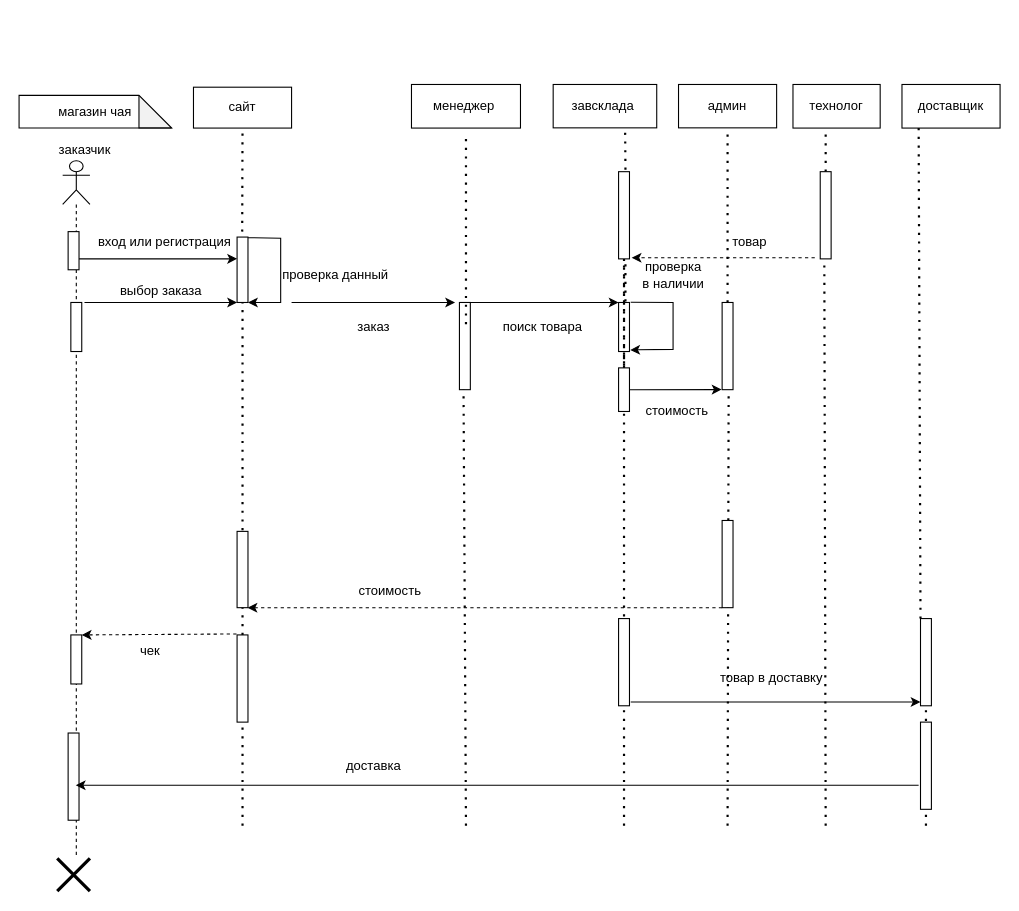
Above: page "Диагармма прецендентов магазин чая" (3 of 5) of Диаграмма без названия.drawio in Ev0or/dontTouch (draw.io), before the change. Source tidied: cells renumbered, new cells numbered last; positions are measured from the earlier drawing's top-left corner, leaving out a move shared by most shapes. Both pictures are drawn from the tidied source at 109%, with x=0, y=0 at pixel (19, 84).
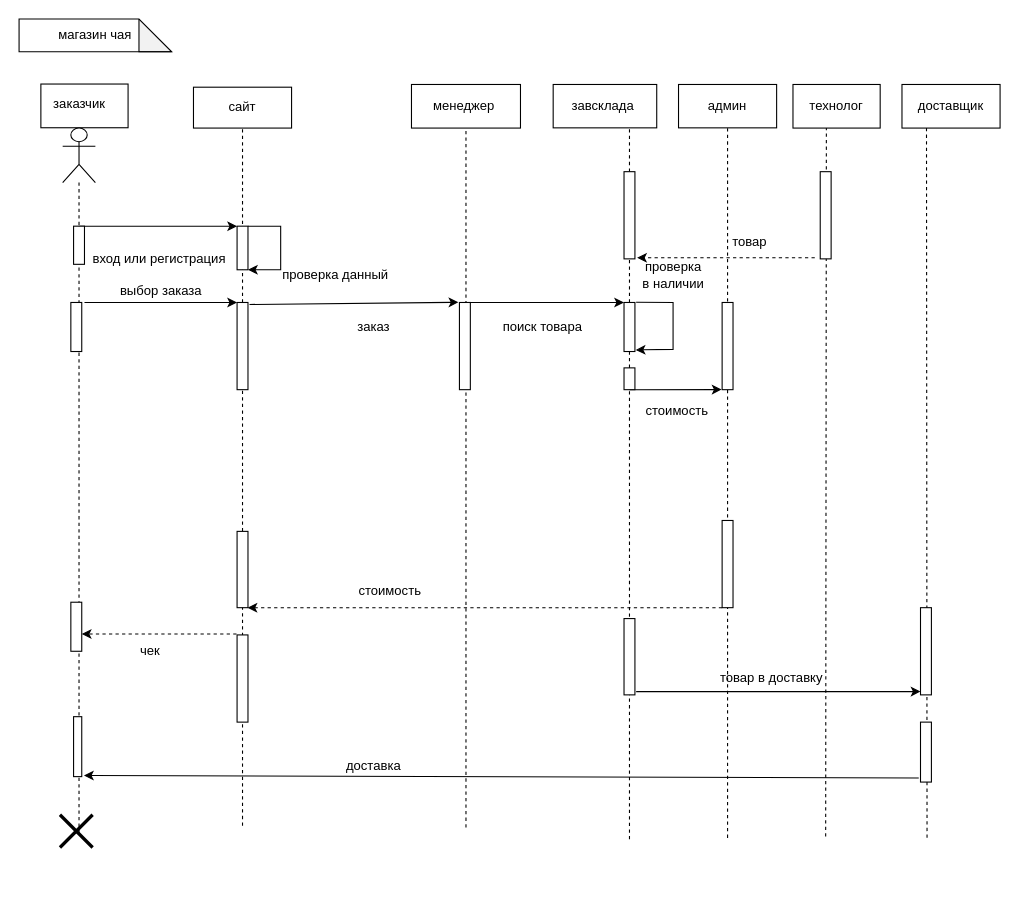
The same page after the edit.

Unchanged cells that the change refers to:
```xml
<mxCell id="11" style="html=1;points=[];perimeter=orthogonalPerimeter;" parent="1" vertex="1">
  <mxGeometry x="404" y="200" width="10" height="80" as="geometry" />
</mxCell>
<mxCell id="24" style="html=1;points=[];perimeter=orthogonalPerimeter;" parent="1" vertex="1">
  <mxGeometry x="645" y="200" width="10" height="80" as="geometry" />
</mxCell>
<mxCell id="53" value="сайт" style="rounded=0;whiteSpace=wrap;html=1;" parent="1" vertex="1">
  <mxGeometry x="160" y="2.5" width="90" height="37.5" as="geometry" />
</mxCell>
<mxCell id="58" value="админ" style="rounded=0;whiteSpace=wrap;html=1;" parent="1" vertex="1">
  <mxGeometry x="605" width="90" height="39.8" as="geometry" />
</mxCell>
<mxCell id="59" value="&lt;span style=&quot;&quot;&gt;технолог&lt;/span&gt;" style="rounded=0;whiteSpace=wrap;html=1;" parent="1" vertex="1">
  <mxGeometry x="710" width="80" height="40" as="geometry" />
</mxCell>
<mxCell id="60" value="доставщик" style="rounded=0;whiteSpace=wrap;html=1;" parent="1" vertex="1">
  <mxGeometry x="810" width="90" height="40" as="geometry" />
</mxCell>
<mxCell id="61" style="html=1;points=[];perimeter=orthogonalPerimeter;" parent="1" vertex="1">
  <mxGeometry x="735" y="80" width="10" height="80" as="geometry" />
</mxCell>
```

Change to the diagram source:
```diff
@@
+    <mxCell id="69" style="rounded=0;whiteSpace=wrap;html=1;" parent="1" vertex="1">
+      <mxGeometry x="20" y="-0.4" width="80" height="40.1" as="geometry" />
+    </mxCell>
+    <mxCell id="70" style="endArrow=none;dashed=1;html=1;rounded=0;entryX=0.25;entryY=1;entryDx=0;entryDy=0;" parent="1" edge="1" target="60">
+      <mxGeometry relative="1" as="geometry">
+        <mxPoint x="833" y="691" as="sourcePoint" />
+      </mxGeometry>
+    </mxCell>
+    <mxCell id="71" style="endArrow=none;dashed=1;html=1;rounded=0;entryX=0.383;entryY=0.975;entryDx=0;entryDy=0;entryPerimeter=0;" parent="1" edge="1" target="59">
+      <mxGeometry relative="1" as="geometry">
+        <mxPoint x="740" y="690" as="sourcePoint" />
+      </mxGeometry>
+    </mxCell>
+    <mxCell id="72" style="endArrow=none;dashed=1;html=1;rounded=0;entryX=0.5;entryY=1;entryDx=0;entryDy=0;" parent="1" edge="1" target="58">
+      <mxGeometry relative="1" as="geometry">
+        <mxPoint x="650" y="691.2" as="sourcePoint" />
+      </mxGeometry>
+    </mxCell>
+    <mxCell id="73" style="endArrow=none;dashed=1;html=1;rounded=0;startArrow=none;" parent="1" edge="1" target="63">
+      <mxGeometry relative="1" as="geometry">
+        <mxPoint x="560" y="692.4" as="sourcePoint" />
+      </mxGeometry>
+    </mxCell>
+    <mxCell id="74" style="endArrow=none;dashed=1;html=1;rounded=0;" parent="1" edge="1">
+      <mxGeometry relative="1" as="geometry">
+        <mxPoint x="410" y="681.6" as="sourcePoint" />
+        <mxPoint x="410" y="40" as="targetPoint" />
+      </mxGeometry>
+    </mxCell>
+    <mxCell id="75" style="endArrow=none;dashed=1;html=1;rounded=0;entryX=0.5;entryY=1;entryDx=0;entryDy=0;" parent="1" edge="1" target="53">
+      <mxGeometry relative="1" as="geometry">
+        <mxPoint x="205" y="680" as="sourcePoint" />
+      </mxGeometry>
+    </mxCell>
     <mxCell id="2" value="заказчик" style="text;html=1;align=center;verticalAlign=middle;strokeColor=none;fillColor=none;" parent="1" vertex="1">
-      <mxGeometry x="25" y="45" width="70" height="30" as="geometry" />
+      <mxGeometry x="20" y="2.5" width="70" height="30" as="geometry" />
     </mxCell>
-    <mxCell id="3" style="endArrow=classic;html=1;rounded=0;entryX=0;entryY=0.333;entryDx=0;entryDy=0;entryPerimeter=0;" parent="1" edge="1" source="20" target="4">
+    <mxCell id="3" style="endArrow=classic;html=1;rounded=0;entryX=0;entryY=0;entryDx=0;entryDy=0;" parent="1" edge="1" source="19" target="4">
       <mxGeometry relative="1" as="geometry" />
     </mxCell>
     <mxCell id="4" style="whiteSpace=wrap;html=1;" parent="1" vertex="1">
-      <mxGeometry x="200" y="140" width="10" height="60" as="geometry" />
+      <mxGeometry x="200" y="130" width="10" height="40" as="geometry" />
     </mxCell>
-    <mxCell id="5" style="endArrow=none;dashed=1;html=1;dashPattern=1 3;strokeWidth=2;rounded=0;startArrow=none;" parent="1" edge="1" source="65" target="4">
-      <mxGeometry relative="1" as="geometry" />
-    </mxCell>
     <mxCell id="6" value="вход или регистрация&amp;nbsp;" style="text;html=1;align=center;verticalAlign=middle;points=[];strokeColor=none;fillColor=none;" parent="1" vertex="1">
-      <mxGeometry x="60" y="130" width="150" height="30" as="geometry" />
+      <mxGeometry x="55" y="145" width="150" height="30" as="geometry" />
     </mxCell>
-    <mxCell id="7" style="endArrow=classic;html=1;rounded=0;entryX=1;entryY=1;entryDx=0;entryDy=0;exitX=1;exitY=0.352;exitDx=0;exitDy=0;exitPerimeter=0;" parent="1" edge="1" source="6" target="4">
+    <mxCell id="7" style="endArrow=classic;html=1;rounded=0;entryX=1;entryY=1;entryDx=0;entryDy=0;" parent="1" edge="1" target="4">
       <mxGeometry relative="1" as="geometry">
+        <mxPoint x="210" y="130" as="sourcePoint" />
         <Array as="points">
-          <mxPoint x="240" y="141" />
-          <mxPoint x="240" y="200" />
+          <mxPoint x="240" y="130" />
+          <mxPoint x="240" y="170" />
         </Array>
       </mxGeometry>
     </mxCell>
@@
-    <mxCell id="9" style="endArrow=classic;html=1;rounded=0;" parent="1" edge="1">
-      <mxGeometry relative="1" as="geometry">
-        <mxPoint x="250" y="200" as="sourcePoint" />
-        <mxPoint x="400" y="200" as="targetPoint" />
-      </mxGeometry>
+    <mxCell id="9" style="endArrow=classic;html=1;rounded=0;exitX=1.14;exitY=0.023;exitDx=0;exitDy=0;exitPerimeter=0;entryX=-0.1;entryY=-0.002;entryDx=0;entryDy=0;entryPerimeter=0;" parent="1" edge="1" source="76" target="11">
+      <mxGeometry relative="1" as="geometry" />
     </mxCell>
     <mxCell id="10" value="магазин чая" style="shape=note;whiteSpace=wrap;html=1;backgroundOutline=1;darkOpacity=0.05;" parent="1" vertex="1">
-      <mxGeometry y="10" width="140" height="30" as="geometry" />
+      <mxGeometry y="-60" width="140" height="30" as="geometry" />
     </mxCell>
@@
-    <mxCell id="12" style="endArrow=none;dashed=1;html=1;dashPattern=1 3;strokeWidth=2;rounded=0;" parent="1" edge="1">
-      <mxGeometry relative="1" as="geometry">
-        <mxPoint x="410" y="220" as="sourcePoint" />
-        <mxPoint x="410" y="50" as="targetPoint" />
-      </mxGeometry>
-    </mxCell>
-    <mxCell id="13" style="endArrow=classic;html=1;rounded=0;entryX=0;entryY=1;entryDx=0;entryDy=0;" parent="1" edge="1" target="4">
+    <mxCell id="13" style="endArrow=classic;html=1;rounded=0;" parent="1" edge="1">
       <mxGeometry relative="1" as="geometry">
         <mxPoint x="60" y="200" as="sourcePoint" />
+        <mxPoint x="200" y="200" as="targetPoint" />
       </mxGeometry>
     </mxCell>
@@
-    <mxCell id="16" style="endArrow=none;dashed=1;html=1;dashPattern=1 3;strokeWidth=2;rounded=0;entryX=0.376;entryY=0.998;entryDx=0;entryDy=0;entryPerimeter=0;" parent="1" edge="1" target="11">
-      <mxGeometry relative="1" as="geometry">
-        <mxPoint x="410" y="680" as="sourcePoint" />
-      </mxGeometry>
-    </mxCell>
@@
-    <mxCell id="19" style="shape=umlLifeline;participant=umlActor;perimeter=lifelinePerimeter;whiteSpace=wrap;html=1;verticalAlign=top;spacingTop=36;outlineConnect=0;" parent="1" vertex="1">
-      <mxGeometry x="40" y="70" width="25" height="640" as="geometry" />
+    <mxCell id="19" style="shape=umlLifeline;participant=umlActor;perimeter=lifelinePerimeter;whiteSpace=wrap;html=1;verticalAlign=top;spacingTop=36;outlineConnect=0;size=50;" parent="1" vertex="1">
+      <mxGeometry x="40" y="40" width="30" height="650" as="geometry" />
     </mxCell>
     <mxCell id="20" style="html=1;points=[];perimeter=orthogonalPerimeter;" parent="19" vertex="1">
-      <mxGeometry x="5" y="65" width="10" height="35" as="geometry" />
+      <mxGeometry x="10" y="90" width="10" height="35" as="geometry" />
     </mxCell>
     <mxCell id="21" style="html=1;perimeter=orthogonalPerimeter;" parent="19" vertex="1">
-      <mxGeometry x="7.5" y="130" width="10" height="45" as="geometry" />
+      <mxGeometry x="7.5" y="160" width="10" height="45" as="geometry" />
     </mxCell>
@@
     <mxCell id="23" style="html=1;points=[];perimeter=orthogonalPerimeter;" parent="19" vertex="1">
-      <mxGeometry x="5" y="525" width="10" height="80" as="geometry" />
+      <mxGeometry x="10" y="540" width="7.5" height="55" as="geometry" />
     </mxCell>
+    <mxCell id="52" style="shape=umlDestroy;whiteSpace=wrap;html=1;strokeWidth=3;" parent="19" vertex="1">
+      <mxGeometry x="-2.5" y="630" width="30" height="30" as="geometry" />
+    </mxCell>
@@
-    <mxCell id="27" style="endArrow=none;dashed=1;html=1;dashPattern=1 3;strokeWidth=2;rounded=0;entryX=0.598;entryY=1.028;entryDx=0;entryDy=0;entryPerimeter=0;" parent="1" edge="1" target="24">
-      <mxGeometry relative="1" as="geometry">
-        <mxPoint x="650" y="680" as="sourcePoint" />
-      </mxGeometry>
-    </mxCell>
@@
-    <mxCell id="32" style="endArrow=none;dashed=1;html=1;dashPattern=1 3;strokeWidth=2;rounded=0;startArrow=none;exitX=0.631;exitY=-0.022;exitDx=0;exitDy=0;exitPerimeter=0;" parent="1" edge="1" source="67">
-      <mxGeometry relative="1" as="geometry">
-        <mxPoint x="556" y="40" as="targetPoint" />
-      </mxGeometry>
-    </mxCell>
-    <mxCell id="33" style="endArrow=none;dashed=1;html=1;dashPattern=1 3;strokeWidth=2;rounded=0;entryX=0.375;entryY=1.006;entryDx=0;entryDy=0;entryPerimeter=0;startArrow=none;" parent="1" edge="1" source="61" target="59">
-      <mxGeometry relative="1" as="geometry" />
-    </mxCell>
-    <mxCell id="34" style="endArrow=none;dashed=1;html=1;dashPattern=1 3;strokeWidth=2;rounded=0;startArrow=none;entryX=0.17;entryY=0.99;entryDx=0;entryDy=0;entryPerimeter=0;" parent="1" edge="1" source="45" target="60">
-      <mxGeometry relative="1" as="geometry" />
-    </mxCell>
@@
-    <mxCell id="39" style="html=1;points=[];perimeter=orthogonalPerimeter;" parent="1" vertex="1">
-      <mxGeometry x="550" y="200" width="10" height="45" as="geometry" />
-    </mxCell>
-    <mxCell id="40" style="endArrow=none;dashed=1;html=1;dashPattern=1 3;strokeWidth=2;rounded=0;startArrow=none;" parent="1" edge="1" source="63" target="39">
-      <mxGeometry relative="1" as="geometry" />
-    </mxCell>
-    <mxCell id="41" style="endArrow=none;dashed=1;html=1;dashPattern=1 3;strokeWidth=2;rounded=0;" parent="1" edge="1" target="67">
-      <mxGeometry relative="1" as="geometry">
-        <mxPoint x="555" y="680" as="sourcePoint" />
-      </mxGeometry>
-    </mxCell>
@@
     <mxCell id="44" style="html=1;points=[];perimeter=orthogonalPerimeter;" parent="1" vertex="1">
-      <mxGeometry x="550" y="490" width="10" height="80" as="geometry" />
+      <mxGeometry x="555" y="490" width="10" height="70" as="geometry" />
     </mxCell>
     <mxCell id="45" style="html=1;points=[];perimeter=orthogonalPerimeter;" parent="1" vertex="1">
-      <mxGeometry x="827" y="490" width="10" height="80" as="geometry" />
+      <mxGeometry x="827" y="480" width="10" height="80" as="geometry" />
     </mxCell>
-    <mxCell id="46" style="endArrow=none;dashed=1;html=1;dashPattern=1 3;strokeWidth=2;rounded=0;startArrow=none;" parent="1" edge="1" target="45">
-      <mxGeometry relative="1" as="geometry">
-        <mxPoint x="832" y="680" as="sourcePoint" />
-      </mxGeometry>
-    </mxCell>
@@
     <mxCell id="49" style="html=1;points=[];perimeter=orthogonalPerimeter;" parent="1" vertex="1">
-      <mxGeometry x="827" y="585" width="10" height="80" as="geometry" />
+      <mxGeometry x="827" y="585" width="10" height="55" as="geometry" />
     </mxCell>
-    <mxCell id="50" style="endArrow=classic;html=1;rounded=0;exitX=-0.172;exitY=0.724;exitDx=0;exitDy=0;exitPerimeter=0;" parent="1" edge="1" source="49" target="19">
+    <mxCell id="50" style="endArrow=classic;html=1;rounded=0;entryX=1.27;entryY=0.982;entryDx=0;entryDy=0;entryPerimeter=0;exitX=-0.16;exitY=0.931;exitDx=0;exitDy=0;exitPerimeter=0;" parent="1" edge="1" source="49" target="23">
       <mxGeometry relative="1" as="geometry" />
     </mxCell>
@@
-    <mxCell id="52" style="shape=umlDestroy;whiteSpace=wrap;html=1;strokeWidth=3;" parent="1" vertex="1">
-      <mxGeometry x="35" y="710" width="30" height="30" as="geometry" />
-    </mxCell>
@@
-    <mxCell id="54" style="endArrow=none;dashed=1;html=1;dashPattern=1 3;strokeWidth=2;rounded=0;entryX=0.5;entryY=1;entryDx=0;entryDy=0;" parent="1" edge="1" target="53">
-      <mxGeometry relative="1" as="geometry">
-        <mxPoint x="204.7" y="135" as="sourcePoint" />
-      </mxGeometry>
-    </mxCell>
@@
-    <mxCell id="57" style="endArrow=none;dashed=1;html=1;dashPattern=1 3;strokeWidth=2;rounded=0;exitX=0.5;exitY=0;exitDx=0;exitDy=0;exitPerimeter=0;" parent="1" edge="1" source="24">
-      <mxGeometry relative="1" as="geometry">
-        <mxPoint x="650" y="40" as="targetPoint" />
-      </mxGeometry>
-    </mxCell>
@@
-    <mxCell id="62" style="endArrow=none;dashed=1;html=1;dashPattern=1 3;strokeWidth=2;rounded=0;entryX=0.375;entryY=1.006;entryDx=0;entryDy=0;entryPerimeter=0;" parent="1" edge="1" target="61">
-      <mxGeometry relative="1" as="geometry">
-        <mxPoint x="740" y="680" as="sourcePoint" />
-      </mxGeometry>
-    </mxCell>
+    <mxCell id="65" style="html=1;points=[];perimeter=orthogonalPerimeter;" parent="1" vertex="1">
+      <mxGeometry x="200" y="505" width="10" height="80" as="geometry" />
+    </mxCell>
+    <mxCell id="76" style="html=1;points=[];perimeter=orthogonalPerimeter;" parent="1" vertex="1">
+      <mxGeometry x="200" y="200" width="10" height="80" as="geometry" />
+    </mxCell>
+    <mxCell id="77" style="endArrow=none;dashed=1;html=1;rounded=0;startArrow=none;" parent="1" edge="1" source="39">
+      <mxGeometry relative="1" as="geometry">
+        <mxPoint x="560" y="40" as="targetPoint" />
+      </mxGeometry>
+    </mxCell>
+    <mxCell id="67" style="html=1;points=[];perimeter=orthogonalPerimeter;" parent="1" vertex="1">
+      <mxGeometry x="555" y="80" width="10" height="80" as="geometry" />
+    </mxCell>
+    <mxCell id="39" style="html=1;points=[];perimeter=orthogonalPerimeter;" parent="1" vertex="1">
+      <mxGeometry x="555" y="200" width="10" height="45" as="geometry" />
+    </mxCell>
+    <mxCell id="40" style="endArrow=none;dashed=1;html=1;rounded=0;startArrow=none;" parent="1" edge="1" source="63" target="39">
+      <mxGeometry relative="1" as="geometry" />
+    </mxCell>
     <mxCell id="63" style="html=1;points=[];perimeter=orthogonalPerimeter;" parent="1" vertex="1">
-      <mxGeometry x="550" y="260" width="10" height="40" as="geometry" />
+      <mxGeometry x="555" y="260" width="10" height="20" as="geometry" />
     </mxCell>
-    <mxCell id="64" style="endArrow=none;dashed=1;html=1;dashPattern=1 3;strokeWidth=2;rounded=0;startArrow=none;" parent="1" edge="1" source="67" target="63">
-      <mxGeometry relative="1" as="geometry" />
-    </mxCell>
-    <mxCell id="65" style="html=1;points=[];perimeter=orthogonalPerimeter;" parent="1" vertex="1">
-      <mxGeometry x="200" y="505" width="10" height="80" as="geometry" />
-    </mxCell>
-    <mxCell id="66" style="endArrow=none;dashed=1;html=1;dashPattern=1 3;strokeWidth=2;rounded=0;startArrow=none;" parent="1" edge="1" target="65">
-      <mxGeometry relative="1" as="geometry">
-        <mxPoint x="205" y="680" as="sourcePoint" />
-      </mxGeometry>
-    </mxCell>
-    <mxCell id="67" style="html=1;points=[];perimeter=orthogonalPerimeter;" parent="1" vertex="1">
-      <mxGeometry x="550" y="80" width="10" height="80" as="geometry" />
-    </mxCell>
-    <mxCell id="68" style="endArrow=none;dashed=1;html=1;dashPattern=1 3;strokeWidth=2;rounded=0;startArrow=none;exitX=0.631;exitY=-0.022;exitDx=0;exitDy=0;exitPerimeter=0;" parent="1" edge="1" source="39" target="67">
-      <mxGeometry relative="1" as="geometry" />
-    </mxCell>
```
